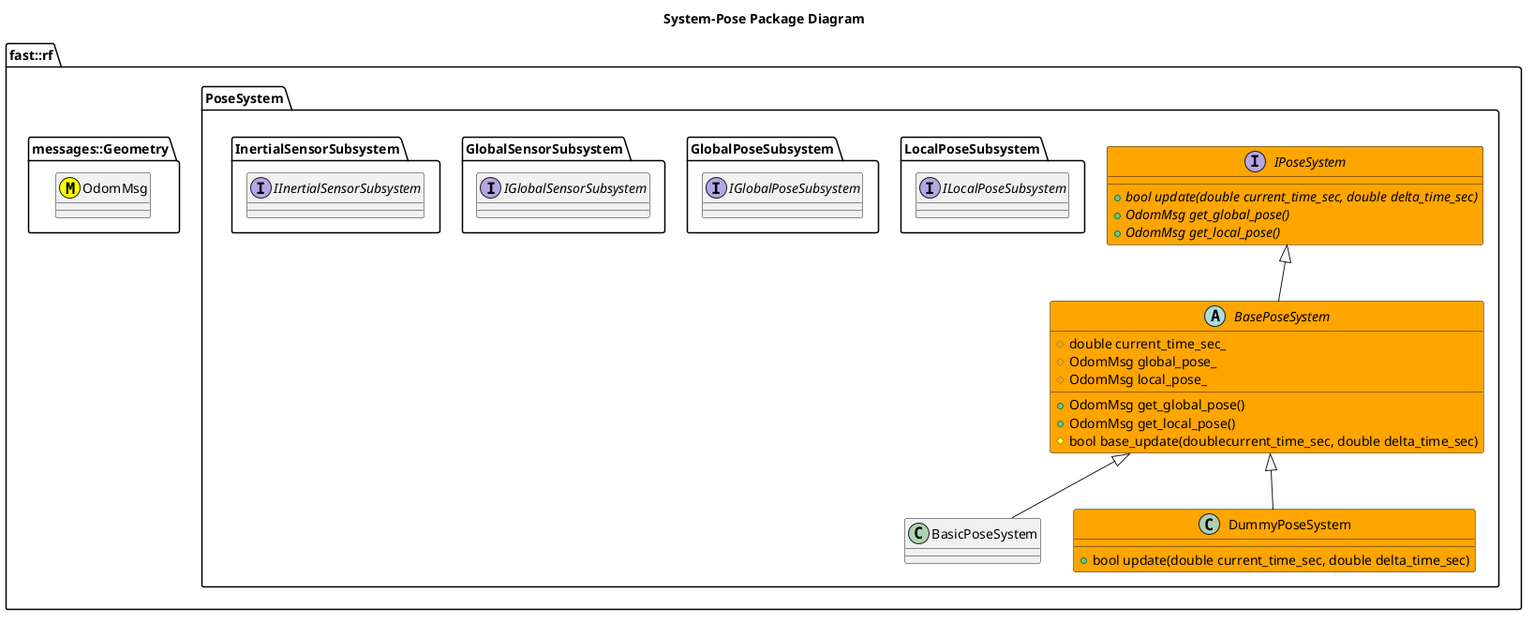
Earlier version of the PlantUML export Systems/Pose/doc/puml/SystemPosePackageDiagram.png (fastrobotics/robot_framework).
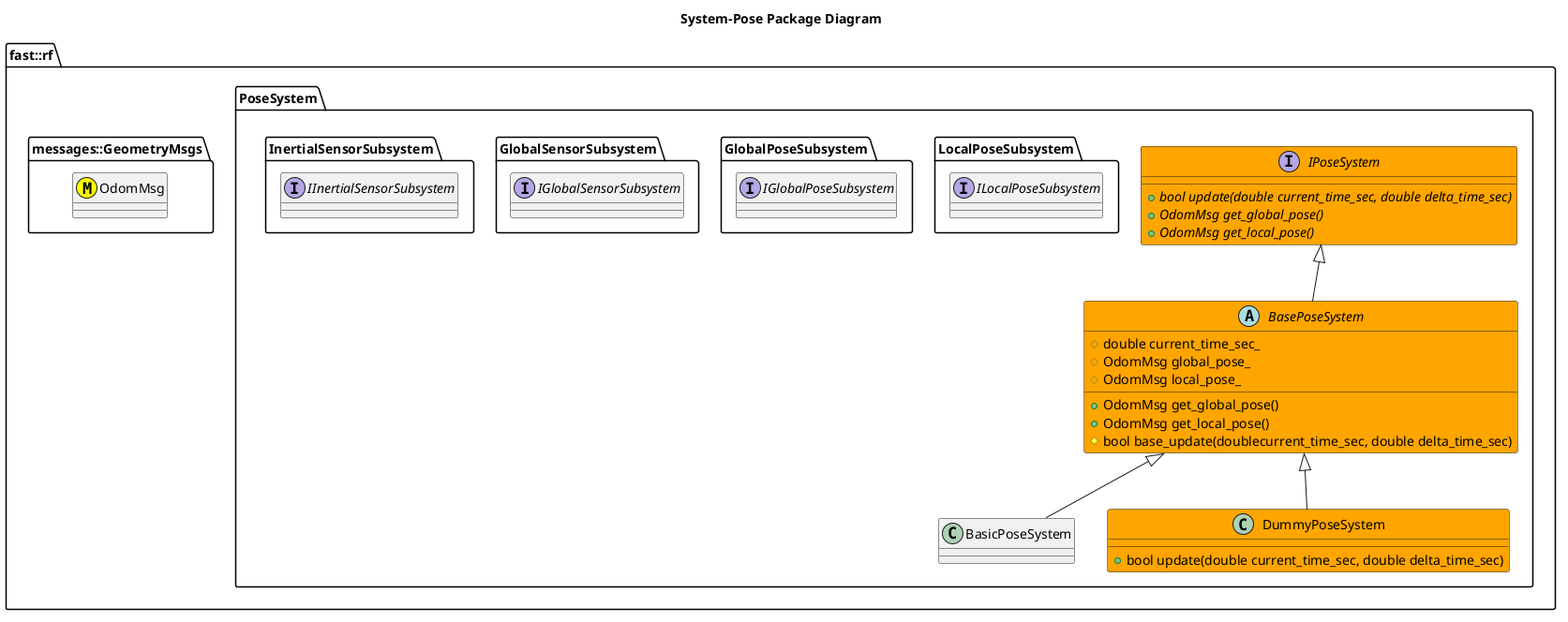
The same diagram one commit later.

What changed in the source:
```diff
@@ -2,7 +2,7 @@
 title System-Pose Package Diagram
 
 namespace fast::rf {
-  namespace messages::Geometry {
+  namespace messages::GeometryMsgs {
     class OdomMsg <<(M,#FFFF00) >>
   }
   namespace PoseSystem {
```
